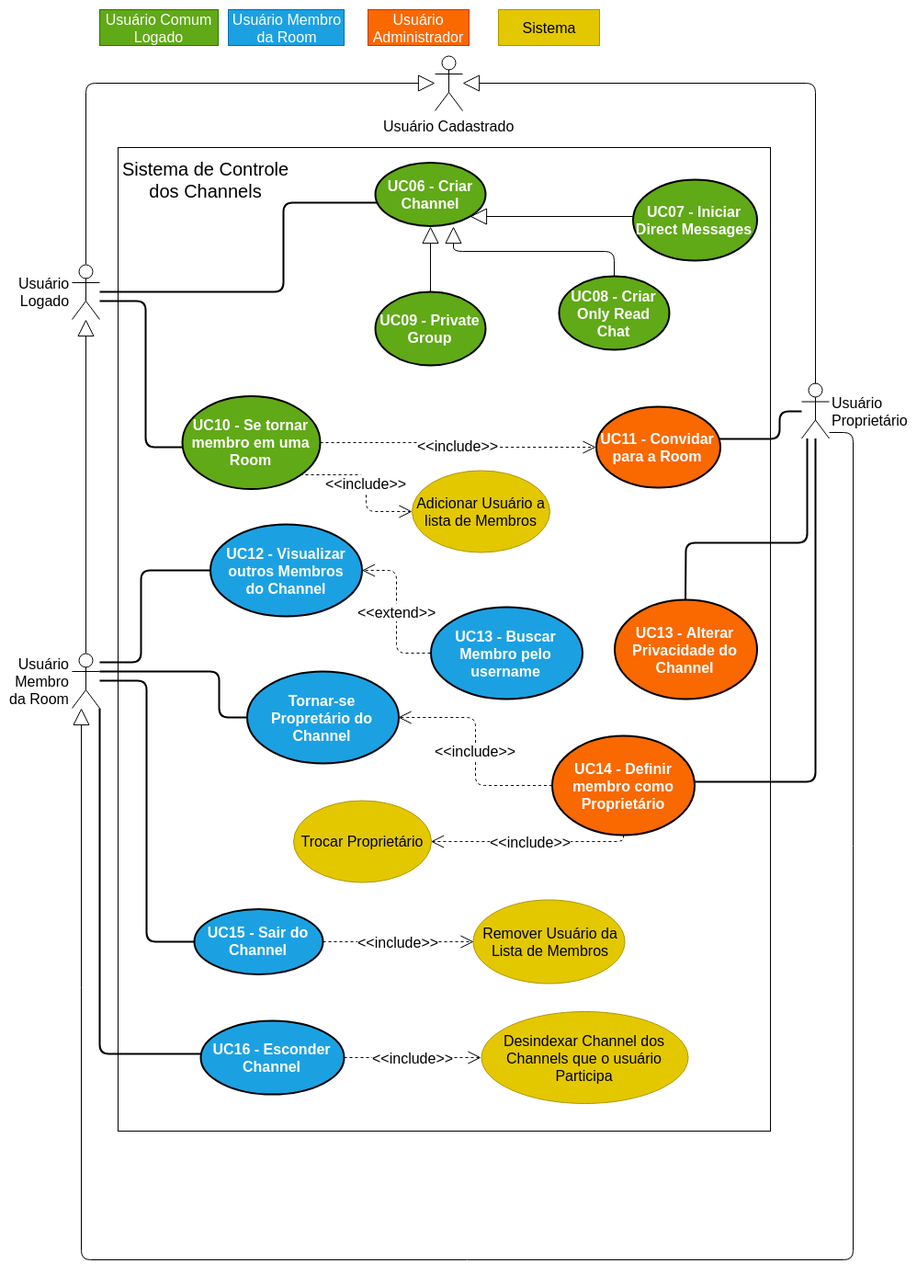
MarcosNBJ/2019.1-RocketChat keeps this draw.io diagram as docs/img/Modelagem/dcu2_channels.png. Above is the earlier version. Source tidied: cells renumbered, new cells last; positions are measured from the earlier drawing's top-left corner, leaving out a move shared by most shapes.
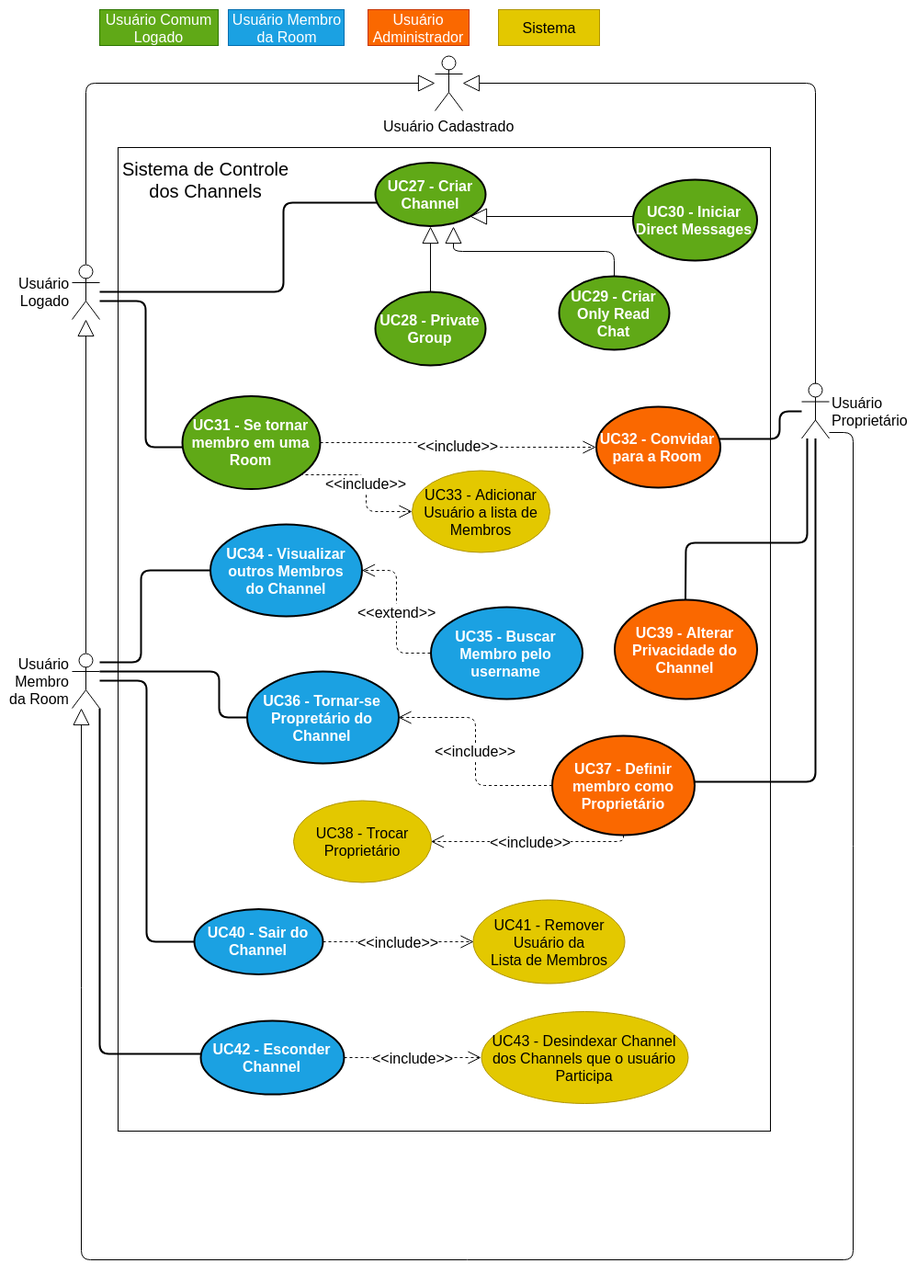
After the change.

The edit, as a diff of the source:
```diff
@@ -8,16 +8,16 @@
     <mxCell id="3" value="Usuário&lt;br&gt;Proprietário" style="shape=umlActor;verticalLabelPosition=middle;labelBackgroundColor=#ffffff;verticalAlign=middle;html=1;outlineConnect=0;fontSize=16;labelPosition=right;align=left;" parent="1" vertex="1">
       <mxGeometry x="794" y="406.5" width="30" height="60" as="geometry" />
     </mxCell>
-    <mxCell id="4" value="UC06 - Criar&lt;br style=&quot;font-size: 16px&quot;&gt;Channel&lt;br&gt;" style="ellipse;whiteSpace=wrap;html=1;fillColor=#60a917;strokeColor=#000000;fontColor=#ffffff;fontSize=16;fontStyle=1;strokeWidth=2;" parent="1" vertex="1">
+    <mxCell id="4" value="UC27 - Criar&lt;br style=&quot;font-size: 16px&quot;&gt;Channel&lt;br&gt;" style="ellipse;whiteSpace=wrap;html=1;fillColor=#60a917;strokeColor=#000000;fontColor=#ffffff;fontSize=16;fontStyle=1;strokeWidth=2;" parent="1" vertex="1">
       <mxGeometry x="330" y="166.5" width="120" height="69" as="geometry" />
     </mxCell>
-    <mxCell id="5" value="UC07 - Iniciar Direct Messages" style="ellipse;whiteSpace=wrap;html=1;fillColor=#60a917;strokeColor=#000000;fontColor=#ffffff;fontSize=16;strokeWidth=2;fontStyle=1;" parent="1" vertex="1">
+    <mxCell id="5" value="UC30 - Iniciar Direct Messages" style="ellipse;whiteSpace=wrap;html=1;fillColor=#60a917;strokeColor=#000000;fontColor=#ffffff;fontSize=16;strokeWidth=2;fontStyle=1;" parent="1" vertex="1">
       <mxGeometry x="610" y="185" width="135" height="88" as="geometry" />
     </mxCell>
-    <mxCell id="6" value="UC08 - Criar Only Read Chat" style="ellipse;whiteSpace=wrap;html=1;fillColor=#60a917;strokeColor=#000000;fontColor=#ffffff;fontSize=16;fontStyle=1;strokeWidth=2;" parent="1" vertex="1">
+    <mxCell id="6" value="UC29 - Criar Only Read Chat" style="ellipse;whiteSpace=wrap;html=1;fillColor=#60a917;strokeColor=#000000;fontColor=#ffffff;fontSize=16;fontStyle=1;strokeWidth=2;" parent="1" vertex="1">
       <mxGeometry x="530" y="290" width="120" height="80" as="geometry" />
     </mxCell>
-    <mxCell id="7" value="UC09 - Private Group" style="ellipse;whiteSpace=wrap;html=1;fillColor=#60a917;strokeColor=#000000;fontColor=#ffffff;fontSize=16;strokeWidth=2;fontStyle=1;" parent="1" vertex="1">
+    <mxCell id="7" value="UC28 - Private Group" style="ellipse;whiteSpace=wrap;html=1;fillColor=#60a917;strokeColor=#000000;fontColor=#ffffff;fontSize=16;strokeWidth=2;fontStyle=1;" parent="1" vertex="1">
       <mxGeometry x="330" y="307" width="120" height="80" as="geometry" />
     </mxCell>
     <mxCell id="8" style="endArrow=block;endSize=16;endFill=0;html=1;edgeStyle=orthogonalEdgeStyle;entryX=0.5;entryY=1;entryDx=0;entryDy=0;exitX=0.5;exitY=0;exitDx=0;exitDy=0;fontSize=16;" parent="1" edge="1" source="7" target="4">
@@ -33,13 +33,13 @@
         </Array>
       </mxGeometry>
     </mxCell>
-    <mxCell id="11" value="UC11 - Convidar para a Room" style="ellipse;whiteSpace=wrap;html=1;fillColor=#fa6800;strokeColor=#000000;fontColor=#ffffff;fontSize=16;fontStyle=1;strokeWidth=2;" parent="1" vertex="1">
+    <mxCell id="11" value="UC32 - Convidar para a Room" style="ellipse;whiteSpace=wrap;html=1;fillColor=#fa6800;strokeColor=#000000;fontColor=#ffffff;fontSize=16;fontStyle=1;strokeWidth=2;" parent="1" vertex="1">
       <mxGeometry x="570" y="432" width="135" height="88" as="geometry" />
     </mxCell>
     <mxCell id="12" value="&amp;lt;&amp;lt;include&amp;gt;&amp;gt;" style="endArrow=open;endSize=12;dashed=1;html=1;exitX=1;exitY=0.5;exitDx=0;exitDy=0;edgeStyle=orthogonalEdgeStyle;entryX=0;entryY=0.5;entryDx=0;entryDy=0;fontSize=16;" parent="1" edge="1" source="13" target="11">
       <mxGeometry relative="1" as="geometry" />
     </mxCell>
-    <mxCell id="13" value="UC10 - Se tornar membro em uma Room" style="ellipse;whiteSpace=wrap;html=1;fillColor=#60a917;strokeColor=#000000;fontColor=#ffffff;fontSize=16;fontStyle=1;strokeWidth=2;" parent="1" vertex="1">
+    <mxCell id="13" value="UC31 - Se tornar membro em uma Room" style="ellipse;whiteSpace=wrap;html=1;fillColor=#60a917;strokeColor=#000000;fontColor=#ffffff;fontSize=16;fontStyle=1;strokeWidth=2;" parent="1" vertex="1">
       <mxGeometry x="120" y="420" width="150" height="101" as="geometry" />
     </mxCell>
     <mxCell id="14" value="Usuário&lt;br&gt;Logado" style="shape=umlActor;verticalLabelPosition=middle;labelBackgroundColor=#ffffff;verticalAlign=middle;html=1;outlineConnect=0;fontSize=16;labelPosition=left;align=right;" parent="1" vertex="1">
@@ -98,7 +98,7 @@
     <mxCell id="22" value="Usuário&lt;br&gt;Membro&lt;br style=&quot;font-size: 16px&quot;&gt;da Room&lt;br style=&quot;font-size: 16px&quot;&gt;" style="shape=umlActor;verticalLabelPosition=middle;labelBackgroundColor=#ffffff;verticalAlign=middle;html=1;outlineConnect=0;fontSize=16;labelPosition=left;align=right;" parent="1" vertex="1">
       <mxGeometry y="700" width="30" height="60" as="geometry" />
     </mxCell>
-    <mxCell id="23" value="UC15 - Sair do Channel" style="ellipse;whiteSpace=wrap;html=1;fillColor=#1ba1e2;strokeColor=#000000;fontColor=#ffffff;fontSize=16;strokeWidth=2;fontStyle=1;" parent="1" vertex="1">
+    <mxCell id="23" value="UC40 - Sair do Channel" style="ellipse;whiteSpace=wrap;html=1;fillColor=#1ba1e2;strokeColor=#000000;fontColor=#ffffff;fontSize=16;strokeWidth=2;fontStyle=1;" parent="1" vertex="1">
       <mxGeometry x="132.5" y="978" width="140" height="71" as="geometry" />
     </mxCell>
     <mxCell id="24" value="Usuário Comum Logado" style="rounded=0;whiteSpace=wrap;html=1;fillColor=#60a917;strokeColor=#2D7600;fontColor=#ffffff;fontSize=16;" parent="1" vertex="1">
@@ -119,10 +119,10 @@
     <mxCell id="29" style="endArrow=block;endSize=16;endFill=0;html=1;fontSize=16;" parent="1" edge="1" source="22" target="14">
       <mxGeometry relative="1" as="geometry" />
     </mxCell>
-    <mxCell id="30" value="Adicionar Usuário a lista de Membros" style="ellipse;whiteSpace=wrap;html=1;fillColor=#e3c800;strokeColor=#B09500;fontColor=#000000;fontSize=16;" parent="1" vertex="1">
+    <mxCell id="30" value="UC33 - Adicionar Usuário a lista de Membros" style="ellipse;whiteSpace=wrap;html=1;fillColor=#e3c800;strokeColor=#B09500;fontColor=#000000;fontSize=16;" parent="1" vertex="1">
       <mxGeometry x="370" y="501" width="150" height="89" as="geometry" />
     </mxCell>
-    <mxCell id="31" value="Remover Usuário da&lt;br style=&quot;font-size: 16px;&quot;&gt;Lista de Membros&lt;br style=&quot;font-size: 16px;&quot;&gt;" style="ellipse;whiteSpace=wrap;html=1;fillColor=#e3c800;strokeColor=#B09500;fontColor=#000000;fontSize=16;" parent="1" vertex="1">
+    <mxCell id="31" value="UC41 - Remover Usuário da&lt;br style=&quot;font-size: 16px&quot;&gt;Lista de Membros&lt;br style=&quot;font-size: 16px&quot;&gt;" style="ellipse;whiteSpace=wrap;html=1;fillColor=#e3c800;strokeColor=#B09500;fontColor=#000000;fontSize=16;" parent="1" vertex="1">
       <mxGeometry x="436.5" y="968" width="165" height="91" as="geometry" />
     </mxCell>
     <mxCell id="32" value="&amp;lt;&amp;lt;include&amp;gt;&amp;gt;" style="endArrow=open;endSize=12;dashed=1;html=1;exitX=1;exitY=0.5;exitDx=0;exitDy=0;edgeStyle=orthogonalEdgeStyle;entryX=0;entryY=0.5;entryDx=0;entryDy=0;fontSize=16;" parent="1" edge="1" source="23" target="31">
@@ -134,7 +134,7 @@
     <mxCell id="34" value="Sistema de Controle dos Channels" style="text;html=1;strokeColor=none;fillColor=none;align=center;verticalAlign=middle;whiteSpace=wrap;rounded=0;fontSize=20;" parent="1" vertex="1">
       <mxGeometry x="50" y="150" width="190" height="70" as="geometry" />
     </mxCell>
-    <mxCell id="35" value="UC12 - Visualizar outros Membros&lt;br&gt;do Channel&lt;br&gt;" style="ellipse;whiteSpace=wrap;html=1;labelBackgroundColor=none;fontSize=16;fontColor=#FFFFFF;fillColor=#1BA1E2;strokeWidth=2;fontStyle=1;strokeColor=#000000;" parent="1" vertex="1">
+    <mxCell id="35" value="UC34 - Visualizar outros Membros&lt;br&gt;do Channel&lt;br&gt;" style="ellipse;whiteSpace=wrap;html=1;labelBackgroundColor=none;fontSize=16;fontColor=#FFFFFF;fillColor=#1BA1E2;strokeWidth=2;fontStyle=1;strokeColor=#000000;" parent="1" vertex="1">
       <mxGeometry x="150.5" y="560" width="165" height="100" as="geometry" />
     </mxCell>
     <mxCell id="36" style="endArrow=none;html=1;edgeStyle=orthogonalEdgeStyle;fontSize=16;strokeWidth=2;" parent="1" edge="1" source="22" target="35">
@@ -145,13 +145,13 @@
         </Array>
       </mxGeometry>
     </mxCell>
-    <mxCell id="37" value="UC13 - Buscar Membro pelo username&lt;br&gt;" style="ellipse;whiteSpace=wrap;html=1;labelBackgroundColor=none;fontSize=16;fontColor=#FFFFFF;fillColor=#1BA1E2;strokeWidth=2;fontStyle=1;strokeColor=#000000;" parent="1" vertex="1">
+    <mxCell id="37" value="UC35 - Buscar Membro pelo username&lt;br&gt;" style="ellipse;whiteSpace=wrap;html=1;labelBackgroundColor=none;fontSize=16;fontColor=#FFFFFF;fillColor=#1BA1E2;strokeWidth=2;fontStyle=1;strokeColor=#000000;" parent="1" vertex="1">
       <mxGeometry x="390" y="650" width="165" height="100" as="geometry" />
     </mxCell>
     <mxCell id="38" value="&amp;lt;&amp;lt;extend&amp;gt;&amp;gt;" style="endArrow=open;endSize=12;dashed=1;html=1;edgeStyle=orthogonalEdgeStyle;fontSize=16;" parent="1" edge="1" source="37" target="35">
       <mxGeometry relative="1" as="geometry" />
     </mxCell>
-    <mxCell id="39" value="UC13 - Alterar Privacidade do Channel" style="ellipse;whiteSpace=wrap;html=1;fillColor=#fa6800;strokeColor=#000000;fontColor=#ffffff;fontSize=16;fontStyle=1;strokeWidth=2;" parent="1" vertex="1">
+    <mxCell id="39" value="UC39 - Alterar Privacidade do Channel" style="ellipse;whiteSpace=wrap;html=1;fillColor=#fa6800;strokeColor=#000000;fontColor=#ffffff;fontSize=16;fontStyle=1;strokeWidth=2;" parent="1" vertex="1">
       <mxGeometry x="590" y="642" width="155" height="108" as="geometry" />
     </mxCell>
     <mxCell id="40" style="endArrow=none;html=1;edgeStyle=orthogonalEdgeStyle;fontSize=16;strokeWidth=2;" parent="1" edge="1" source="39" target="3">
@@ -162,7 +162,7 @@
         </Array>
       </mxGeometry>
     </mxCell>
-    <mxCell id="41" value="UC14 - Definir membro como Proprietário" style="ellipse;whiteSpace=wrap;html=1;fillColor=#fa6800;strokeColor=#000000;fontColor=#ffffff;fontSize=16;fontStyle=1;strokeWidth=2;" parent="1" vertex="1">
+    <mxCell id="41" value="UC37 - Definir membro como Proprietário" style="ellipse;whiteSpace=wrap;html=1;fillColor=#fa6800;strokeColor=#000000;fontColor=#ffffff;fontSize=16;fontStyle=1;strokeWidth=2;" parent="1" vertex="1">
       <mxGeometry x="522.5" y="790" width="155" height="108" as="geometry" />
     </mxCell>
     <mxCell id="42" style="endArrow=none;html=1;edgeStyle=orthogonalEdgeStyle;fontSize=16;strokeWidth=2;" parent="1" edge="1" source="41" target="3">
@@ -172,7 +172,7 @@
         </Array>
       </mxGeometry>
     </mxCell>
-    <mxCell id="43" value="Tornar-se Propretário do Channel&lt;br&gt;" style="ellipse;whiteSpace=wrap;html=1;labelBackgroundColor=none;fontSize=16;fontColor=#FFFFFF;fillColor=#1BA1E2;strokeWidth=2;fontStyle=1;strokeColor=#000000;" parent="1" vertex="1">
+    <mxCell id="43" value="UC36 - Tornar-se Propretário do Channel&lt;br&gt;" style="ellipse;whiteSpace=wrap;html=1;labelBackgroundColor=none;fontSize=16;fontColor=#FFFFFF;fillColor=#1BA1E2;strokeWidth=2;fontStyle=1;strokeColor=#000000;" parent="1" vertex="1">
       <mxGeometry x="190" y="720" width="165" height="100" as="geometry" />
     </mxCell>
     <mxCell id="44" style="endArrow=none;html=1;edgeStyle=orthogonalEdgeStyle;fontSize=16;strokeWidth=2;" parent="1" edge="1" source="22" target="43">
@@ -186,7 +186,7 @@
     <mxCell id="45" value="&amp;lt;&amp;lt;include&amp;gt;&amp;gt;" style="endArrow=open;endSize=12;dashed=1;html=1;edgeStyle=orthogonalEdgeStyle;fontSize=16;" parent="1" edge="1" source="41" target="43">
       <mxGeometry relative="1" as="geometry" />
     </mxCell>
-    <mxCell id="46" value="Trocar Proprietário" style="ellipse;whiteSpace=wrap;html=1;fillColor=#e3c800;strokeColor=#B09500;fontColor=#000000;fontSize=16;" parent="1" vertex="1">
+    <mxCell id="46" value="UC38 - Trocar Proprietário" style="ellipse;whiteSpace=wrap;html=1;fillColor=#e3c800;strokeColor=#B09500;fontColor=#000000;fontSize=16;" parent="1" vertex="1">
       <mxGeometry x="240.5" y="860" width="150" height="89" as="geometry" />
     </mxCell>
     <mxCell id="47" value="&amp;lt;&amp;lt;include&amp;gt;&amp;gt;" style="endArrow=open;endSize=12;dashed=1;html=1;edgeStyle=orthogonalEdgeStyle;fontSize=16;" parent="1" edge="1" source="41" target="46">
@@ -196,10 +196,10 @@
         </Array>
       </mxGeometry>
     </mxCell>
-    <mxCell id="48" value="UC16 - Esconder Channel" style="ellipse;whiteSpace=wrap;html=1;fillColor=#1ba1e2;strokeColor=#000000;fontColor=#ffffff;fontSize=16;strokeWidth=2;fontStyle=1;" parent="1" vertex="1">
+    <mxCell id="48" value="UC42 - Esconder Channel" style="ellipse;whiteSpace=wrap;html=1;fillColor=#1ba1e2;strokeColor=#000000;fontColor=#ffffff;fontSize=16;strokeWidth=2;fontStyle=1;" parent="1" vertex="1">
       <mxGeometry x="140" y="1100" width="156" height="80" as="geometry" />
     </mxCell>
-    <mxCell id="49" value="Desindexar Channel dos Channels que o usuário Participa&lt;br style=&quot;font-size: 16px&quot;&gt;" style="ellipse;whiteSpace=wrap;html=1;fillColor=#e3c800;strokeColor=#B09500;fontColor=#000000;fontSize=16;" parent="1" vertex="1">
+    <mxCell id="49" value="UC43 - Desindexar Channel dos Channels que o usuário Participa&lt;br style=&quot;font-size: 16px&quot;&gt;" style="ellipse;whiteSpace=wrap;html=1;fillColor=#e3c800;strokeColor=#B09500;fontColor=#000000;fontSize=16;" parent="1" vertex="1">
       <mxGeometry x="445" y="1090" width="225" height="100" as="geometry" />
     </mxCell>
     <mxCell id="50" value="&amp;lt;&amp;lt;include&amp;gt;&amp;gt;" style="endArrow=open;endSize=12;dashed=1;html=1;edgeStyle=orthogonalEdgeStyle;fontSize=16;" parent="1" edge="1" source="48" target="49">
```
